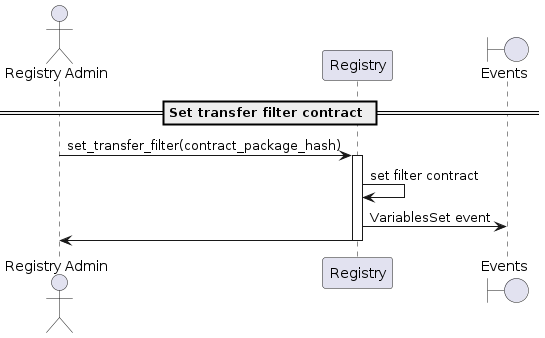
The PlantUML diagram docs/sequence-diagrams/puml/set-transfer-filter.png in make-software/cspr-name-contracts, before a commit.
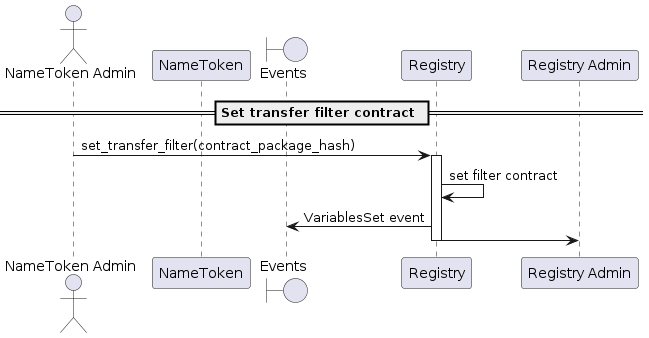
After the change.

What changed in the source:
```diff
@@ -1,12 +1,12 @@
 @startuml
 
-actor "Registry Admin"
-participant "Registry"
+actor "NameToken Admin"
+participant "NameToken"
 boundary "Events"
 
 == Set transfer filter contract ==
 
-"Registry Admin" -> "Registry": set_transfer_filter(contract_package_hash)
+"NameToken Admin" -> "Registry": set_transfer_filter(contract_package_hash)
 activate "Registry"
 Registry -> Registry: set filter contract
 Registry -> "Events": VariablesSet event
```
